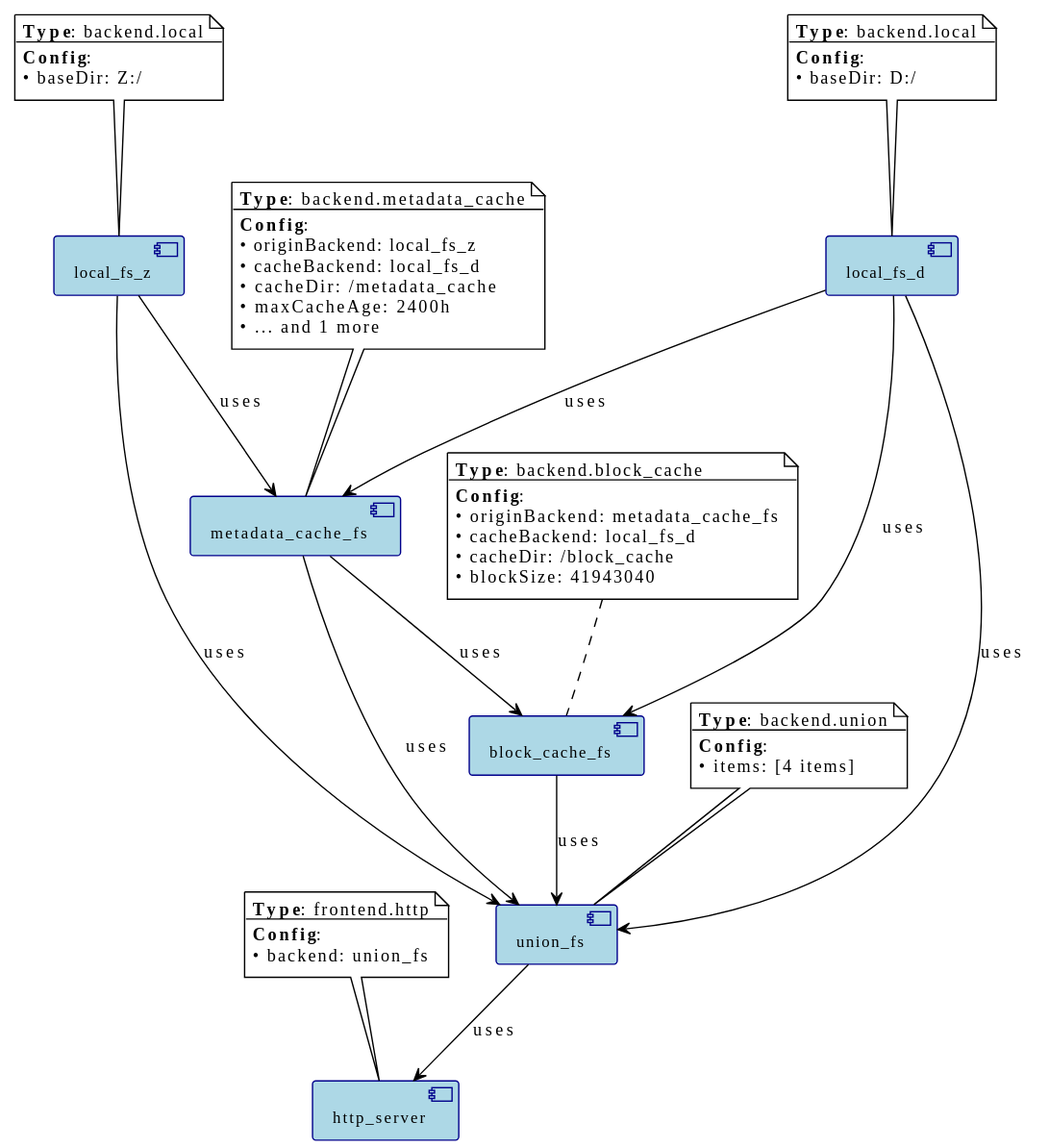
Earlier version of the PlantUML export bin/component_diagram.svg (zhangzqs/vfs_framework).
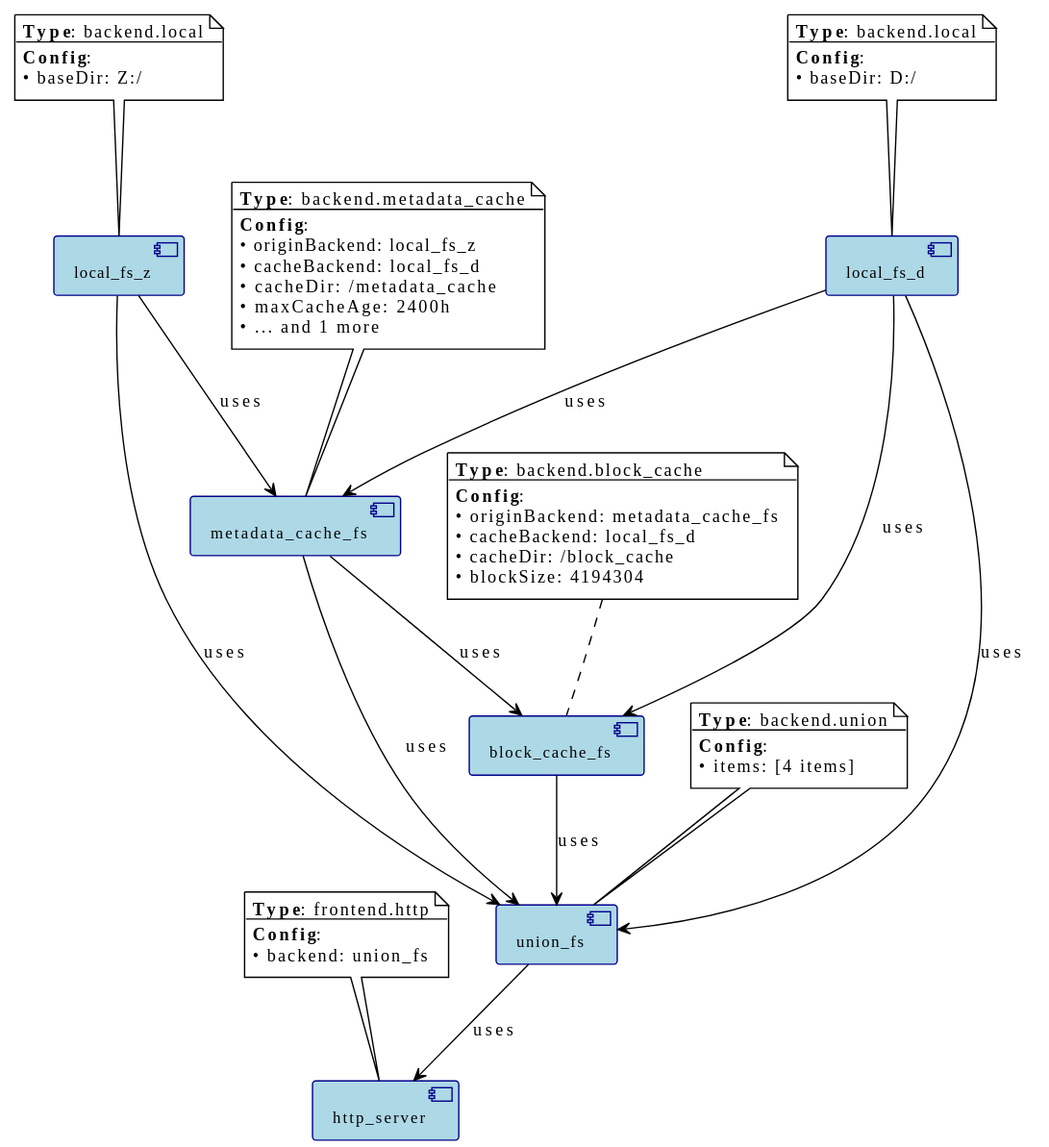
The same file after the commit.

What changed in the source:
```diff
@@ -44,7 +44,7 @@
   • originBackend: metadata_cache_fs
   • cacheBackend: local_fs_d
   • cacheDir: /block_cache
-  • blockSize: 41943040
+  • blockSize: 4194304
 end note
 
 component [union_fs] as union_fs
```
